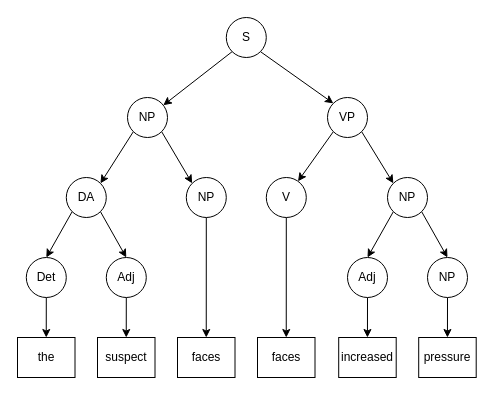
Before: a01/graph/2-CKY-tree.drawio in ttperr/DD2417-NLP-KTH, a draw.io diagram. Source tidied: cells renumbered, new cells numbered last; positions are measured from the earlier drawing's top-left corner, leaving out a move shared by most shapes. Both pictures are drawn from the tidied source at 100%, with x=0, y=0 at pixel (17, 17).
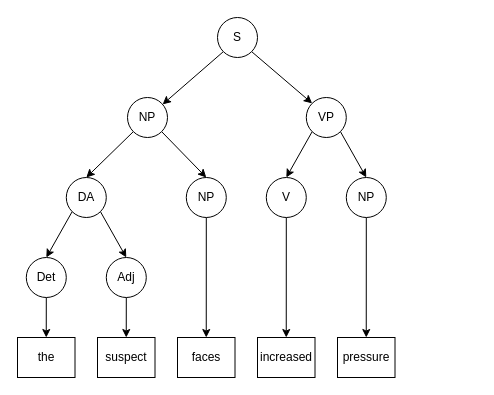
The same page after the edit.

The change refers to these unchanged cells:
```xml
<mxCell id="7" value="NP" style="ellipse;whiteSpace=wrap;html=1;" parent="1" vertex="1">
  <mxGeometry x="110" y="80" width="40" height="40" as="geometry" />
</mxCell>
<mxCell id="28" value="faces" style="rounded=0;whiteSpace=wrap;html=1;" parent="1" vertex="1">
  <mxGeometry x="160" y="320" width="57.5" height="40" as="geometry" />
</mxCell>
<mxCell id="29" value="the" style="rounded=0;whiteSpace=wrap;html=1;" parent="1" vertex="1">
  <mxGeometry y="320" width="57.5" height="40" as="geometry" />
</mxCell>
<mxCell id="30" value="suspect" style="rounded=0;whiteSpace=wrap;html=1;" parent="1" vertex="1">
  <mxGeometry x="80" y="320" width="57.5" height="40" as="geometry" />
</mxCell>
<mxCell id="32" value="NP" style="ellipse;whiteSpace=wrap;html=1;" parent="1" vertex="1">
  <mxGeometry x="168.8" y="160" width="40" height="40" as="geometry" />
</mxCell>
```

Diff of the diagram source:
```diff
@@
     <mxCell id="4" value="S" style="ellipse;whiteSpace=wrap;html=1;" parent="1" vertex="1">
-      <mxGeometry x="208.8" width="40" height="40" as="geometry" />
+      <mxGeometry x="200" width="40" height="40" as="geometry" />
     </mxCell>
+    <mxCell id="35" style="edgeStyle=none;html=1;exitX=0;exitY=1;exitDx=0;exitDy=0;entryX=0.5;entryY=0;entryDx=0;entryDy=0;" parent="1" edge="1" source="7" target="34">
+      <mxGeometry relative="1" as="geometry" />
+    </mxCell>
-    <mxCell id="5" style="edgeStyle=none;html=1;exitX=1;exitY=1;exitDx=0;exitDy=0;entryX=0;entryY=0;entryDx=0;entryDy=0;" parent="1" edge="1" source="7" target="32">
+    <mxCell id="5" style="edgeStyle=none;html=1;exitX=1;exitY=1;exitDx=0;exitDy=0;entryX=0.5;entryY=0;entryDx=0;entryDy=0;" parent="1" edge="1" source="7" target="32">
       <mxGeometry relative="1" as="geometry" />
     </mxCell>
-    <mxCell id="6" style="edgeStyle=none;html=1;exitX=0;exitY=1;exitDx=0;exitDy=0;entryX=1;entryY=0;entryDx=0;entryDy=0;" parent="1" edge="1" source="7" target="25">
-      <mxGeometry relative="1" as="geometry" />
-    </mxCell>
@@
-    <mxCell id="8" style="edgeStyle=none;html=1;exitX=0;exitY=1;exitDx=0;exitDy=0;" parent="1" edge="1" source="10" target="12">
+    <mxCell id="8" style="edgeStyle=none;html=1;exitX=0;exitY=1;exitDx=0;exitDy=0;entryX=0.5;entryY=0;entryDx=0;entryDy=0;" parent="1" edge="1" source="10" target="12">
       <mxGeometry relative="1" as="geometry" />
     </mxCell>
-    <mxCell id="9" style="edgeStyle=none;html=1;exitX=1;exitY=1;exitDx=0;exitDy=0;entryX=0;entryY=0;entryDx=0;entryDy=0;" parent="1" edge="1" source="10" target="15">
-      <mxGeometry relative="1" as="geometry" />
-    </mxCell>
+    <mxCell id="36" style="edgeStyle=none;html=1;exitX=1;exitY=1;exitDx=0;exitDy=0;entryX=0.5;entryY=0;entryDx=0;entryDy=0;" parent="1" edge="1" source="10" target="40">
+      <mxGeometry relative="1" as="geometry" />
+    </mxCell>
     <mxCell id="10" value="VP" style="ellipse;whiteSpace=wrap;html=1;" parent="1" vertex="1">
-      <mxGeometry x="310" y="80" width="40" height="40" as="geometry" />
+      <mxGeometry x="288.8" y="80" width="40" height="40" as="geometry" />
     </mxCell>
-    <mxCell id="11" style="edgeStyle=none;html=1;exitX=0.5;exitY=1;exitDx=0;exitDy=0;entryX=0.5;entryY=0;entryDx=0;entryDy=0;" parent="1" edge="1" source="12" target="22">
-      <mxGeometry relative="1" as="geometry" />
-    </mxCell>
-    <mxCell id="12" value="V" style="ellipse;whiteSpace=wrap;html=1;" parent="1" vertex="1">
-      <mxGeometry x="248.8" y="160" width="40" height="40" as="geometry" />
-    </mxCell>
-    <mxCell id="13" style="edgeStyle=none;html=1;exitX=0;exitY=1;exitDx=0;exitDy=0;entryX=0.5;entryY=0;entryDx=0;entryDy=0;" parent="1" edge="1" source="15" target="17">
-      <mxGeometry relative="1" as="geometry" />
-    </mxCell>
-    <mxCell id="14" style="edgeStyle=none;html=1;exitX=1;exitY=1;exitDx=0;exitDy=0;entryX=0.5;entryY=0;entryDx=0;entryDy=0;" parent="1" edge="1" source="15" target="19">
-      <mxGeometry relative="1" as="geometry" />
-    </mxCell>
-    <mxCell id="15" value="NP" style="ellipse;whiteSpace=wrap;html=1;" parent="1" vertex="1">
-      <mxGeometry x="370" y="160" width="40" height="40" as="geometry" />
-    </mxCell>
-    <mxCell id="16" style="edgeStyle=none;html=1;exitX=0.5;exitY=1;exitDx=0;exitDy=0;entryX=0.5;entryY=0;entryDx=0;entryDy=0;" parent="1" edge="1" source="17" target="21">
-      <mxGeometry relative="1" as="geometry" />
-    </mxCell>
-    <mxCell id="17" value="Adj" style="ellipse;whiteSpace=wrap;html=1;" parent="1" vertex="1">
-      <mxGeometry x="330" y="240" width="40" height="40" as="geometry" />
-    </mxCell>
-    <mxCell id="18" style="edgeStyle=none;html=1;exitX=0.5;exitY=1;exitDx=0;exitDy=0;entryX=0.5;entryY=0;entryDx=0;entryDy=0;" parent="1" edge="1" source="19" target="20">
-      <mxGeometry relative="1" as="geometry" />
-    </mxCell>
-    <mxCell id="19" value="NP" style="ellipse;whiteSpace=wrap;html=1;" parent="1" vertex="1">
-      <mxGeometry x="410" y="240" width="40" height="40" as="geometry" />
-    </mxCell>
     <mxCell id="20" value="pressure" style="rounded=0;whiteSpace=wrap;html=1;" parent="1" vertex="1">
-      <mxGeometry x="401.2" y="320" width="57.5" height="40" as="geometry" />
+      <mxGeometry x="320" y="320" width="57.5" height="40" as="geometry" />
     </mxCell>
     <mxCell id="21" value="increased" style="rounded=0;whiteSpace=wrap;html=1;" parent="1" vertex="1">
-      <mxGeometry x="321.2" y="320" width="57.5" height="40" as="geometry" />
+      <mxGeometry x="240" y="320" width="57.5" height="40" as="geometry" />
     </mxCell>
-    <mxCell id="22" value="faces" style="rounded=0;whiteSpace=wrap;html=1;" parent="1" vertex="1">
-      <mxGeometry x="240" y="320" width="57.5" height="40" as="geometry" />
-    </mxCell>
-    <mxCell id="23" style="edgeStyle=none;html=1;exitX=0;exitY=1;exitDx=0;exitDy=0;entryX=0.5;entryY=0;entryDx=0;entryDy=0;" parent="1" edge="1" source="25" target="34">
-      <mxGeometry relative="1" as="geometry" />
-    </mxCell>
-    <mxCell id="24" style="edgeStyle=none;html=1;exitX=1;exitY=1;exitDx=0;exitDy=0;entryX=0.5;entryY=0;entryDx=0;entryDy=0;" parent="1" edge="1" source="25" target="27">
-      <mxGeometry relative="1" as="geometry" />
-    </mxCell>
-    <mxCell id="25" value="DA" style="ellipse;whiteSpace=wrap;html=1;" parent="1" vertex="1">
-      <mxGeometry x="48.8" y="160" width="40" height="40" as="geometry" />
-    </mxCell>
-    <mxCell id="26" style="edgeStyle=none;html=1;exitX=0.5;exitY=1;exitDx=0;exitDy=0;entryX=0.5;entryY=0;entryDx=0;entryDy=0;" parent="1" edge="1" source="27" target="30">
-      <mxGeometry relative="1" as="geometry" />
-    </mxCell>
-    <mxCell id="27" value="Adj" style="ellipse;whiteSpace=wrap;html=1;" parent="1" vertex="1">
-      <mxGeometry x="88.8" y="240" width="40" height="40" as="geometry" />
-    </mxCell>
@@
+    <mxCell id="37" style="edgeStyle=none;html=1;exitX=0;exitY=1;exitDx=0;exitDy=0;entryX=0.5;entryY=0;entryDx=0;entryDy=0;" parent="1" edge="1" source="34" target="43">
+      <mxGeometry relative="1" as="geometry" />
+    </mxCell>
+    <mxCell id="38" style="edgeStyle=none;html=1;exitX=1;exitY=1;exitDx=0;exitDy=0;entryX=0.5;entryY=0;entryDx=0;entryDy=0;" parent="1" edge="1" source="34" target="27">
+      <mxGeometry relative="1" as="geometry" />
+    </mxCell>
+    <mxCell id="34" value="DA" style="ellipse;whiteSpace=wrap;html=1;" parent="1" vertex="1">
+      <mxGeometry x="48.8" y="160" width="40" height="40" as="geometry" />
+    </mxCell>
+    <mxCell id="39" style="edgeStyle=none;html=1;exitX=0.5;exitY=1;exitDx=0;exitDy=0;" parent="1" edge="1" source="40" target="20">
+      <mxGeometry relative="1" as="geometry" />
+    </mxCell>
+    <mxCell id="40" value="NP" style="ellipse;whiteSpace=wrap;html=1;" parent="1" vertex="1">
+      <mxGeometry x="328.8" y="160" width="40" height="40" as="geometry" />
+    </mxCell>
+    <mxCell id="41" style="edgeStyle=none;html=1;exitX=0.5;exitY=1;exitDx=0;exitDy=0;" parent="1" edge="1" source="12" target="21">
+      <mxGeometry relative="1" as="geometry" />
+    </mxCell>
+    <mxCell id="12" value="V" style="ellipse;whiteSpace=wrap;html=1;" parent="1" vertex="1">
+      <mxGeometry x="248.8" y="160" width="40" height="40" as="geometry" />
+    </mxCell>
+    <mxCell id="26" style="edgeStyle=none;html=1;exitX=0.5;exitY=1;exitDx=0;exitDy=0;entryX=0.5;entryY=0;entryDx=0;entryDy=0;" parent="1" edge="1" source="27" target="30">
+      <mxGeometry relative="1" as="geometry" />
+    </mxCell>
+    <mxCell id="27" value="Adj" style="ellipse;whiteSpace=wrap;html=1;" parent="1" vertex="1">
+      <mxGeometry x="88.8" y="240" width="40" height="40" as="geometry" />
+    </mxCell>
+    <mxCell id="42" style="edgeStyle=none;html=1;exitX=0.5;exitY=1;exitDx=0;exitDy=0;entryX=0.5;entryY=0;entryDx=0;entryDy=0;" parent="1" edge="1" source="43" target="29">
+      <mxGeometry relative="1" as="geometry" />
+    </mxCell>
+    <mxCell id="43" value="Det" style="ellipse;whiteSpace=wrap;html=1;" parent="1" vertex="1">
+      <mxGeometry x="8.8" y="240" width="40" height="40" as="geometry" />
+    </mxCell>
-    <mxCell id="31" style="edgeStyle=none;html=1;exitX=0.5;exitY=1;exitDx=0;exitDy=0;" parent="1" edge="1" source="32" target="28">
+    <mxCell id="31" style="edgeStyle=none;html=1;exitX=0.5;exitY=1;exitDx=0;exitDy=0;entryX=0.5;entryY=0;entryDx=0;entryDy=0;" parent="1" edge="1" source="32" target="28">
       <mxGeometry relative="1" as="geometry" />
     </mxCell>
@@
-    <mxCell id="33" style="edgeStyle=none;html=1;exitX=0.5;exitY=1;exitDx=0;exitDy=0;entryX=0.5;entryY=0;entryDx=0;entryDy=0;" parent="1" edge="1" source="34" target="29">
-      <mxGeometry relative="1" as="geometry" />
-    </mxCell>
-    <mxCell id="34" value="Det" style="ellipse;whiteSpace=wrap;html=1;" parent="1" vertex="1">
-      <mxGeometry x="8.8" y="240" width="40" height="40" as="geometry" />
-    </mxCell>
```
